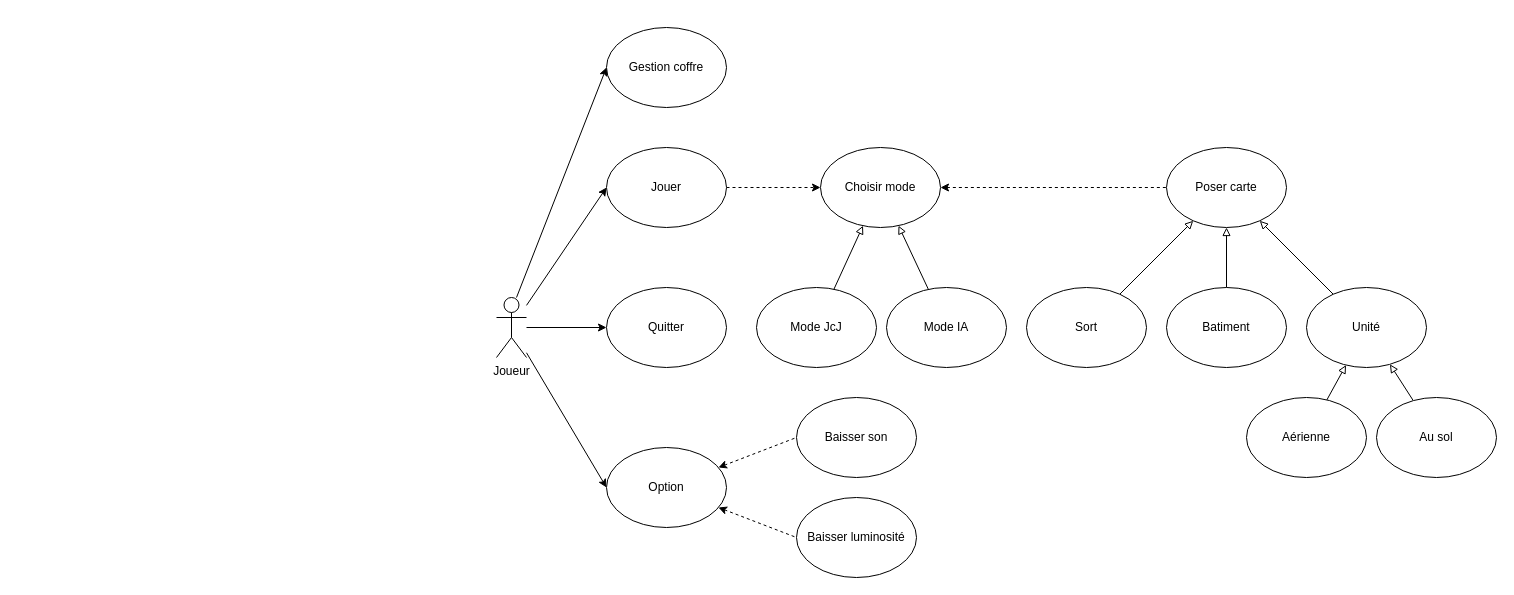
Above: cutil.drawio in l-busca/ProjetUML_Busca_Jacques_Mathieu_Schneider (draw.io), before the change. Source tidied: cells renumbered, new cells numbered last; positions are measured from the earlier drawing's top-left corner, leaving out a move shared by most shapes. Both pictures are drawn from the tidied source at 100%, with x=0, y=0 at pixel (496, 27).
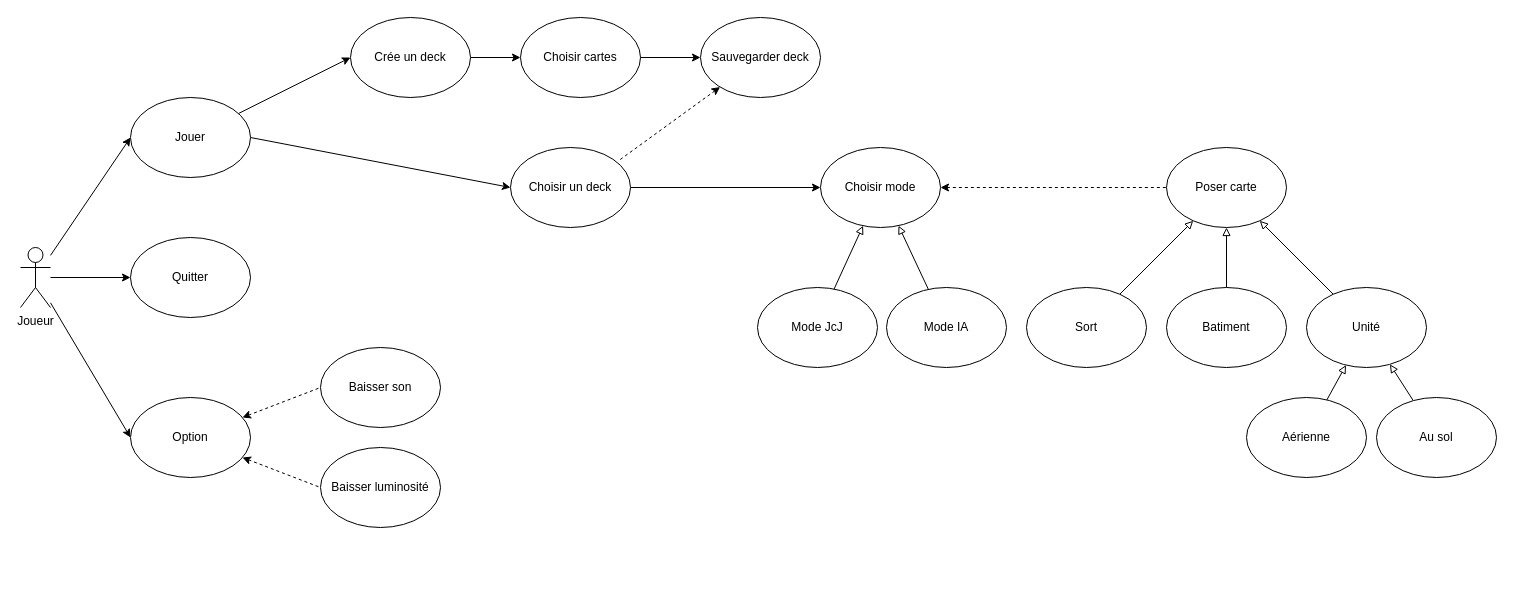
The same page after the edit.

Unchanged cells that the change refers to:
```xml
<mxCell id="22" value="Choisir mode" style="ellipse;whiteSpace=wrap;html=1;" parent="1" vertex="1">
  <mxGeometry x="324" y="120" width="120" height="80" as="geometry" />
</mxCell>
```

Change to the diagram source:
```diff
@@
     <mxCell id="5" value="Joueur" style="shape=umlActor;verticalLabelPosition=bottom;verticalAlign=top;html=1;outlineConnect=0;" parent="1" vertex="1">
-      <mxGeometry y="270" width="30" height="60" as="geometry" />
+      <mxGeometry x="-476" y="220" width="30" height="60" as="geometry" />
     </mxCell>
-    <mxCell id="6" style="edgeStyle=none;rounded=0;jettySize=auto;html=1;entryX=0;entryY=0.5;entryDx=0;entryDy=0;dashed=1;startArrow=none;startFill=0;endArrow=classic;endFill=1;" parent="1" edge="1" source="7" target="22">
-      <mxGeometry relative="1" as="geometry" />
-    </mxCell>
+    <mxCell id="33" style="rounded=0;jettySize=auto;html=1;entryX=0;entryY=0.5;entryDx=0;entryDy=0;" parent="1" edge="1" source="7" target="36">
+      <mxGeometry relative="1" as="geometry" />
+    </mxCell>
+    <mxCell id="34" style="edgeStyle=none;rounded=0;jettySize=auto;html=1;exitX=1;exitY=0.5;exitDx=0;exitDy=0;entryX=0;entryY=0.5;entryDx=0;entryDy=0;" parent="1" edge="1" source="7" target="38">
+      <mxGeometry relative="1" as="geometry" />
+    </mxCell>
     <mxCell id="7" value="Jouer" style="ellipse;whiteSpace=wrap;html=1;" parent="1" vertex="1">
-      <mxGeometry x="110" y="120" width="120" height="80" as="geometry" />
+      <mxGeometry x="-366" y="70" width="120" height="80" as="geometry" />
     </mxCell>
@@
     <mxCell id="10" value="Option" style="ellipse;whiteSpace=wrap;html=1;" parent="1" vertex="1">
-      <mxGeometry x="110" y="420" width="120" height="80" as="geometry" />
+      <mxGeometry x="-366" y="370" width="120" height="80" as="geometry" />
     </mxCell>
@@
     <mxCell id="13" value="Baisser son" style="ellipse;whiteSpace=wrap;html=1;" parent="1" vertex="1">
-      <mxGeometry x="300" y="370" width="120" height="80" as="geometry" />
+      <mxGeometry x="-176" y="320" width="120" height="80" as="geometry" />
     </mxCell>
     <mxCell id="14" value="Baisser luminosité" style="ellipse;whiteSpace=wrap;html=1;" parent="1" vertex="1">
-      <mxGeometry x="300" y="470" width="120" height="80" as="geometry" />
+      <mxGeometry x="-176" y="420" width="120" height="80" as="geometry" />
     </mxCell>
@@
-    <mxCell id="19" style="edgeStyle=none;rounded=0;jettySize=auto;html=1;endArrow=block;endFill=0;" parent="1" edge="1" source="20" target="22">
-      <mxGeometry relative="1" as="geometry" />
+    <mxCell id="19" style="edgeStyle=none;rounded=0;jettySize=auto;html=1;endArrow=block;endFill=0;" parent="1" edge="1" target="22">
+      <mxGeometry relative="1" as="geometry">
+        <mxPoint x="337.5" y="261.7" as="sourcePoint" />
+      </mxGeometry>
     </mxCell>
     <mxCell id="20" value="Mode JcJ" style="ellipse;whiteSpace=wrap;html=1;" parent="1" vertex="1">
-      <mxGeometry x="260" y="260" width="120" height="80" as="geometry" />
+      <mxGeometry x="261" y="260" width="120" height="80" as="geometry" />
     </mxCell>
@@
     <mxCell id="26" value="Quitter" style="ellipse;whiteSpace=wrap;html=1;" parent="1" vertex="1">
-      <mxGeometry x="110" y="260" width="120" height="80" as="geometry" />
+      <mxGeometry x="-366" y="210" width="120" height="80" as="geometry" />
     </mxCell>
@@
-    <mxCell id="31" value="Gestion coffre" style="ellipse;whiteSpace=wrap;html=1;" parent="1" vertex="1">
-      <mxGeometry x="110" width="120" height="80" as="geometry" />
-    </mxCell>
-    <mxCell id="32" style="edgeStyle=none;rounded=0;jettySize=auto;html=1;entryX=0;entryY=0.5;entryDx=0;entryDy=0;" parent="1" edge="1" target="31">
-      <mxGeometry relative="1" as="geometry">
-        <mxPoint x="20" y="270" as="sourcePoint" />
-      </mxGeometry>
-    </mxCell>
+    <mxCell id="35" style="edgeStyle=none;rounded=0;jettySize=auto;html=1;exitX=1;exitY=0.5;exitDx=0;exitDy=0;entryX=0;entryY=0.5;entryDx=0;entryDy=0;" parent="1" edge="1" source="36" target="40">
+      <mxGeometry relative="1" as="geometry" />
+    </mxCell>
+    <mxCell id="36" value="Crée un deck" style="ellipse;whiteSpace=wrap;html=1;" parent="1" vertex="1">
+      <mxGeometry x="-146" y="-10" width="120" height="80" as="geometry" />
+    </mxCell>
+    <mxCell id="37" style="edgeStyle=none;rounded=0;jettySize=auto;html=1;exitX=1;exitY=0.5;exitDx=0;exitDy=0;entryX=0;entryY=0.5;entryDx=0;entryDy=0;" parent="1" edge="1" source="38" target="22">
+      <mxGeometry relative="1" as="geometry" />
+    </mxCell>
+    <mxCell id="38" value="Choisir un deck" style="ellipse;whiteSpace=wrap;html=1;" parent="1" vertex="1">
+      <mxGeometry x="14" y="120" width="120" height="80" as="geometry" />
+    </mxCell>
+    <mxCell id="39" style="edgeStyle=none;rounded=0;jettySize=auto;html=1;exitX=1;exitY=0.5;exitDx=0;exitDy=0;" parent="1" edge="1" source="40" target="42">
+      <mxGeometry relative="1" as="geometry" />
+    </mxCell>
+    <mxCell id="40" value="Choisir cartes" style="ellipse;whiteSpace=wrap;html=1;" parent="1" vertex="1">
+      <mxGeometry x="24" y="-10" width="120" height="80" as="geometry" />
+    </mxCell>
+    <mxCell id="41" style="edgeStyle=none;rounded=0;jettySize=auto;html=1;entryX=0.902;entryY=0.164;entryDx=0;entryDy=0;entryPerimeter=0;startArrow=classic;startFill=1;endArrow=none;endFill=0;dashed=1;" parent="1" edge="1" source="42" target="38">
+      <mxGeometry relative="1" as="geometry" />
+    </mxCell>
+    <mxCell id="42" value="Sauvegarder deck" style="ellipse;whiteSpace=wrap;html=1;" parent="1" vertex="1">
+      <mxGeometry x="204" y="-10" width="120" height="80" as="geometry" />
+    </mxCell>
```
